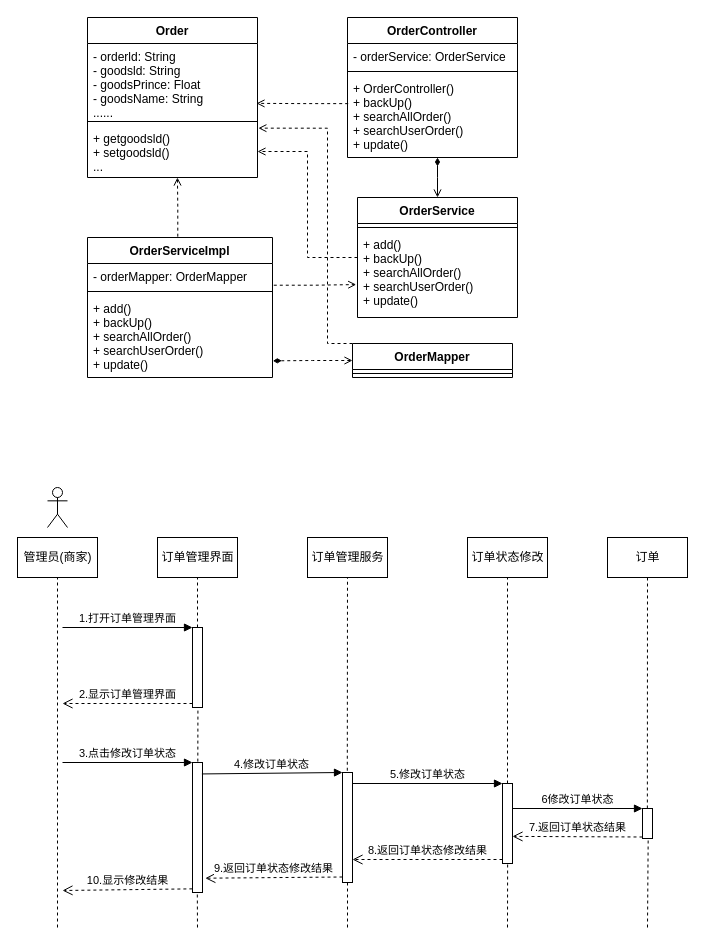
The draw.io diagram page "订单管理" (15 of 25) of Untitled Diagram.drawio in hongkingking/hkk, before the edit. Source tidied: cells renumbered, new cells numbered last; positions are measured from the earlier drawing's top-left corner, leaving out a move shared by most shapes. Both pictures are drawn from the tidied source at 100%, with x=0, y=0 at pixel (17, 17).
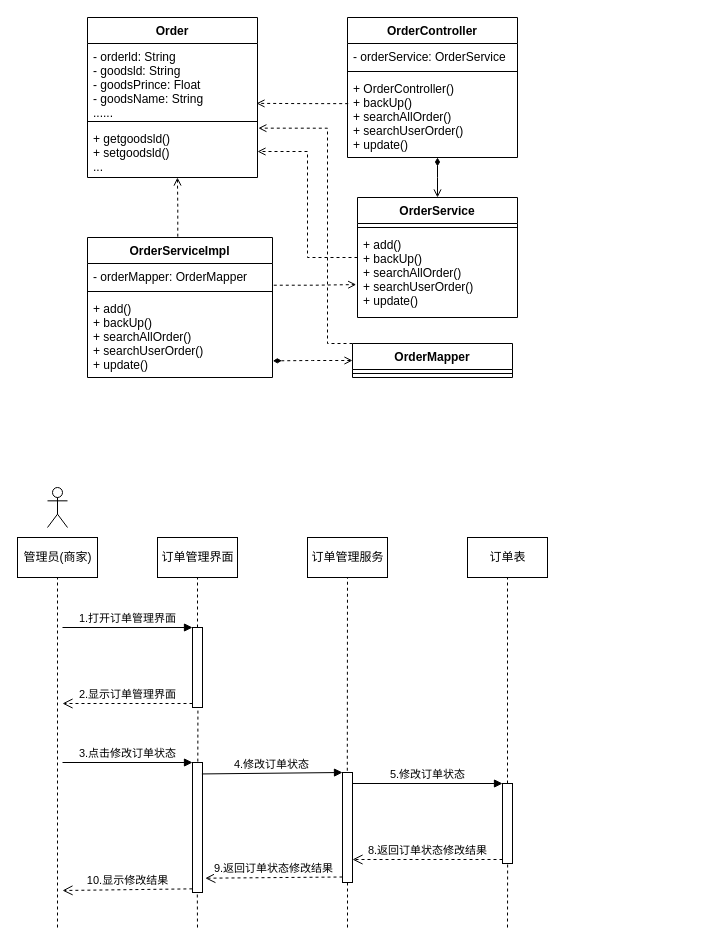
The same page after the edit.

What changed in the source:
```diff
@@
-    <mxCell id="32" value="订单状态修改" style="html=1;strokeWidth=1;" parent="1" vertex="1">
+    <mxCell id="32" value="订单表" style="html=1;strokeWidth=1;" parent="1" vertex="1">
       <mxGeometry x="450" y="520" width="80" height="40" as="geometry" />
     </mxCell>
-    <mxCell id="33" value="订单" style="html=1;strokeWidth=1;" parent="1" vertex="1">
-      <mxGeometry x="590" y="520" width="80" height="40" as="geometry" />
-    </mxCell>
@@
-    <mxCell id="37" style="html=1;points=[];perimeter=orthogonalPerimeter;strokeWidth=1;" parent="1" vertex="1">
-      <mxGeometry x="625" y="791" width="10" height="30" as="geometry" />
-    </mxCell>
-    <mxCell id="38" value="6修改订单状态" style="html=1;verticalAlign=bottom;endArrow=block;entryX=0;entryY=0;rounded=0;" parent="1" edge="1" target="37">
-      <mxGeometry relative="1" as="geometry">
-        <mxPoint x="495" y="791" as="sourcePoint" />
-      </mxGeometry>
-    </mxCell>
-    <mxCell id="39" value="7.返回订单状态结果" style="html=1;verticalAlign=bottom;endArrow=open;dashed=1;endSize=8;exitX=0;exitY=0.95;rounded=0;entryX=0.996;entryY=0.449;entryDx=0;entryDy=0;entryPerimeter=0;" parent="1" edge="1" source="37">
-      <mxGeometry relative="1" as="geometry">
-        <mxPoint x="495" y="818.9" as="targetPoint" />
-      </mxGeometry>
-    </mxCell>
@@
-    <mxCell id="56" style="endArrow=none;dashed=1;html=1;rounded=0;entryX=0.568;entryY=0.989;entryDx=0;entryDy=0;entryPerimeter=0;" parent="1" edge="1" target="37">
-      <mxGeometry relative="1" as="geometry">
-        <mxPoint x="630" y="910" as="sourcePoint" />
-      </mxGeometry>
-    </mxCell>
-    <mxCell id="57" style="endArrow=none;dashed=1;html=1;rounded=0;entryX=0.486;entryY=-0.017;entryDx=0;entryDy=0;exitX=0.5;exitY=1;exitDx=0;exitDy=0;entryPerimeter=0;" parent="1" edge="1" source="33" target="37">
-      <mxGeometry relative="1" as="geometry" />
-    </mxCell>
```
